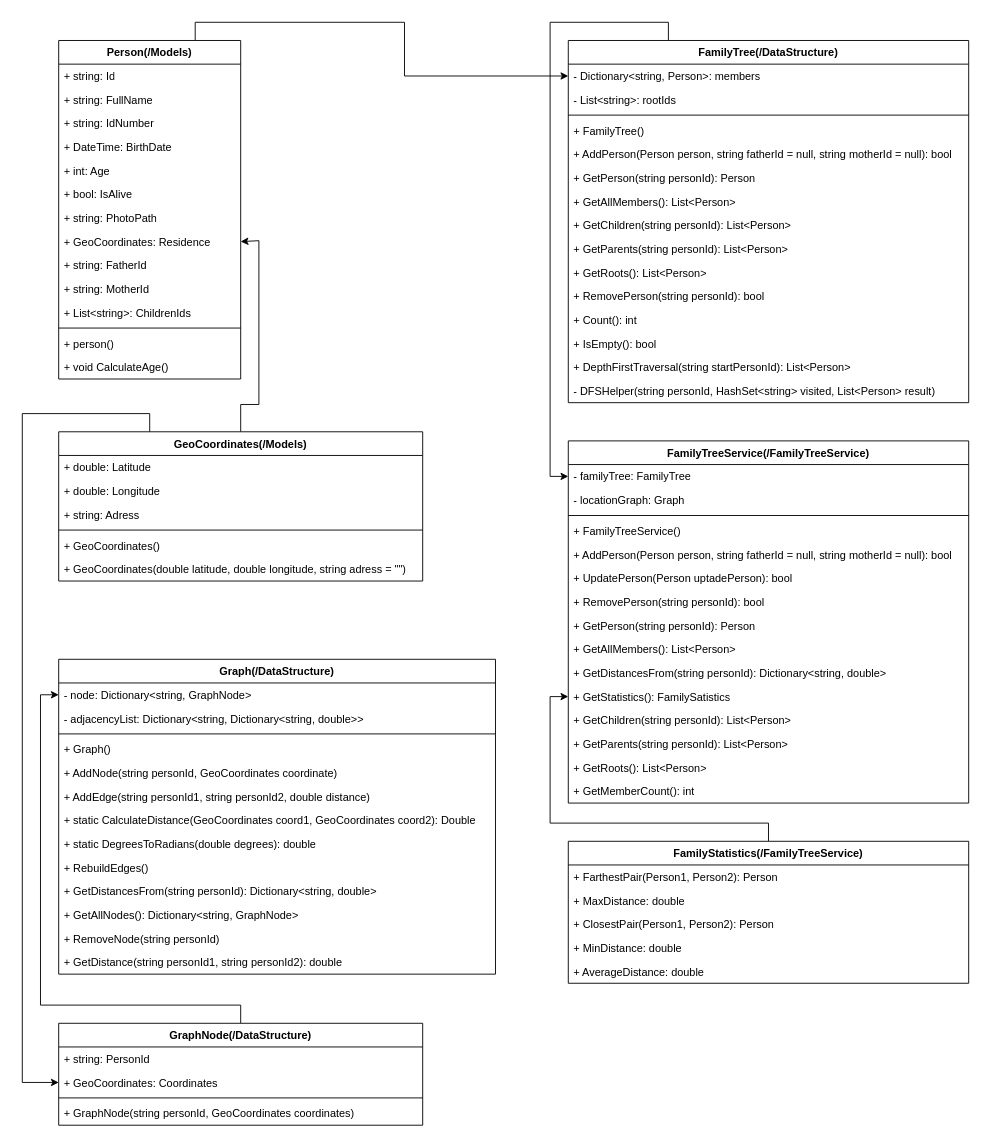
Earlier version of the draw.io diagram Alura/FamilyTreeCore.drawio (Alvaro-GF/Portafolio_Alura). Source tidied: cells renumbered, new cells numbered last; positions are measured from the earlier drawing's top-left corner, leaving out a move shared by most shapes. Both pictures are drawn from the tidied source at 91%, with x=0, y=0 at pixel (22, 22).
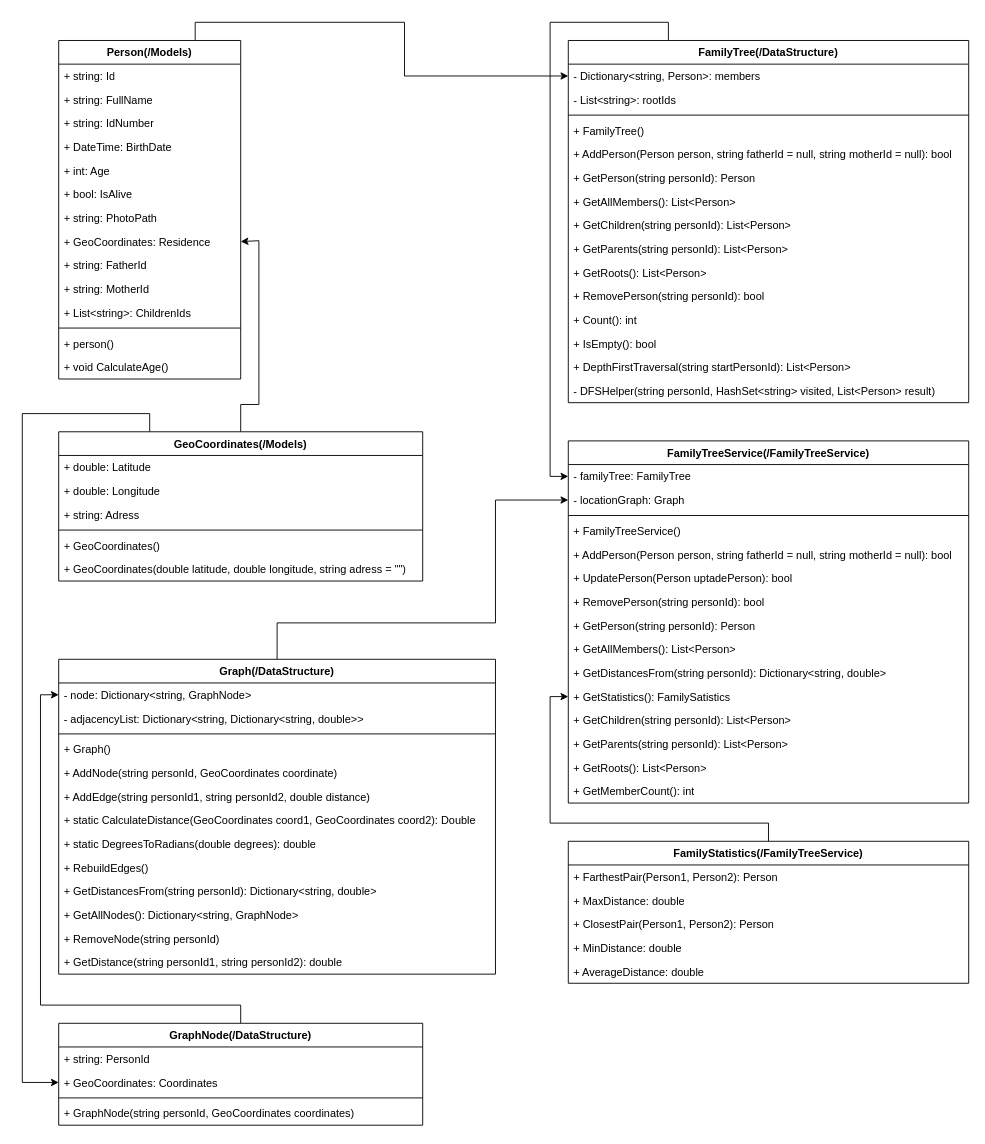
Above is the later version.

The change refers to these unchanged cells:
```xml
<mxCell id="27" value="Graph(/DataStructure)" style="swimlane;fontStyle=1;align=center;verticalAlign=top;horizontal=1;startSize=26;whiteSpace=wrap;html=1;" parent="1" vertex="1">
  <mxGeometry x="40" y="700" width="480" height="346" as="geometry" />
</mxCell>
<mxCell id="66" value="- locationGraph: Graph" style="text;strokeColor=none;fillColor=none;align=left;verticalAlign=top;spacingLeft=4;spacingRight=4;overflow=hidden;points=[[0,0.5],[1,0.5]];portConstraint=eastwest;whiteSpace=wrap;html=1;" parent="64" vertex="1">
  <mxGeometry y="52" width="440" height="26" as="geometry" />
</mxCell>
```

What changed in the source:
```diff
@@
+    <mxCell id="87" style="edgeStyle=orthogonalEdgeStyle;rounded=0;jettySize=auto;html=1;exitX=0.5;exitY=0;exitDx=0;exitDy=0;entryX=0;entryY=0.5;entryDx=0;entryDy=0;" parent="1" edge="1" source="27" target="66">
+      <mxGeometry relative="1" as="geometry">
+        <Array as="points">
+          <mxPoint x="280" y="660" />
+          <mxPoint x="520" y="660" />
+          <mxPoint x="520" y="525" />
+        </Array>
+      </mxGeometry>
+    </mxCell>
```
